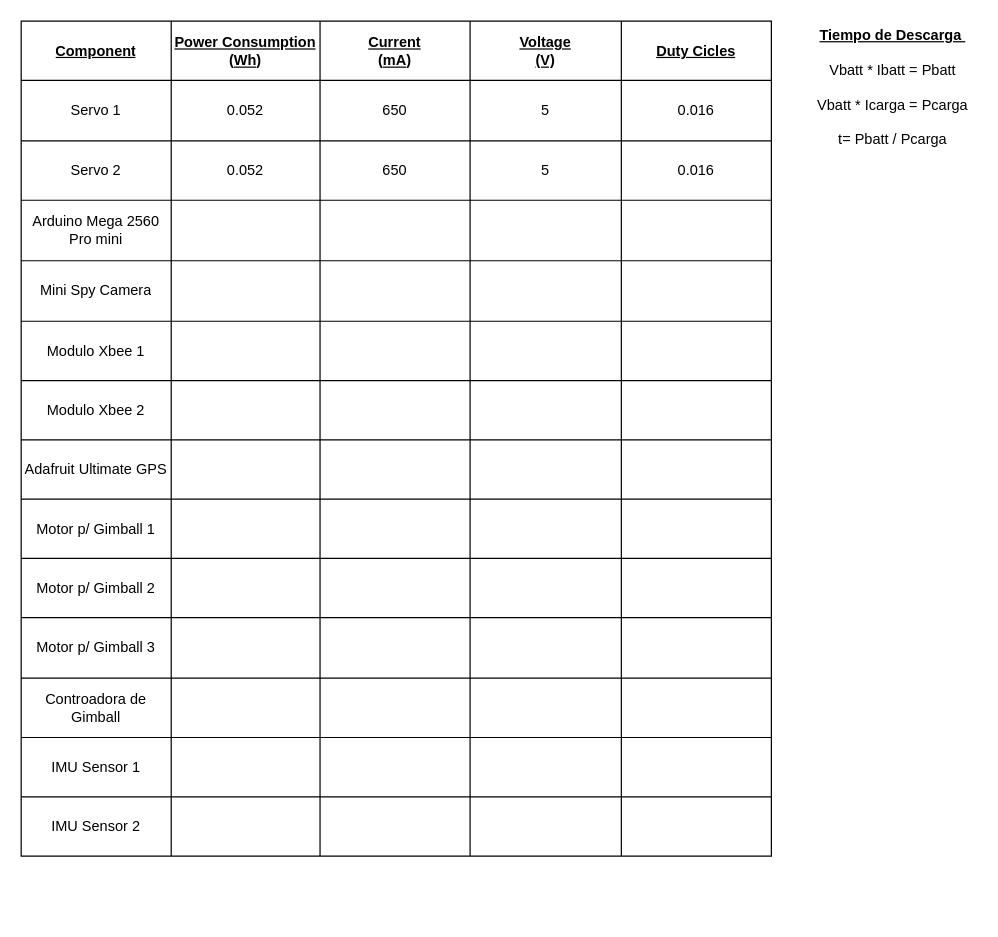
The draw.io diagram Cansat_2022/utilities/powersubsystem.drawio in enzzo19/Project_Cansat, before the edit. Source tidied: cells renumbered, new cells numbered last; positions are measured from the earlier drawing's top-left corner, leaving out a move shared by most shapes. Both pictures are drawn from the tidied source at 121%, with x=0, y=0 at pixel (21, 21).
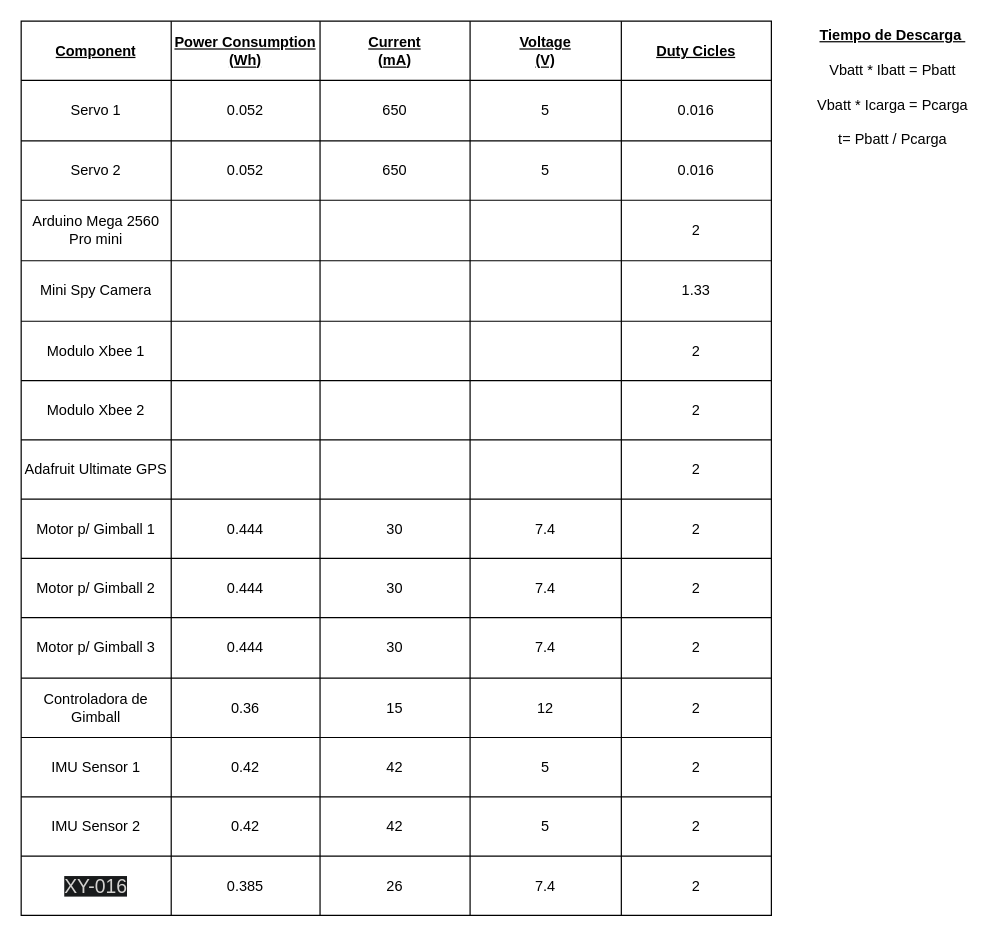
The same diagram, later.

Commit message (it also covers changes not shown here):
modify subsystem control

Unchanged cells that the change refers to:
```xml
<mxCell id="21" style="shape=partialRectangle;html=1;whiteSpace=wrap;fillColor=none;top=0;left=0;bottom=0;right=0;" parent="2" vertex="1">
  <mxGeometry y="148" width="620" height="50" as="geometry" />
</mxCell>
<mxCell id="27" style="shape=partialRectangle;html=1;whiteSpace=wrap;fillColor=none;top=0;left=0;bottom=0;right=0;" parent="2" vertex="1">
  <mxGeometry y="198" width="620" height="50" as="geometry" />
</mxCell>
<mxCell id="33" style="shape=partialRectangle;html=1;whiteSpace=wrap;fillColor=none;top=0;left=0;bottom=0;right=0;" parent="2" vertex="1">
  <mxGeometry y="248" width="620" height="49" as="geometry" />
</mxCell>
<mxCell id="39" style="shape=partialRectangle;html=1;whiteSpace=wrap;fillColor=none;top=0;left=0;bottom=0;right=0;" parent="2" vertex="1">
  <mxGeometry y="297" width="620" height="49" as="geometry" />
</mxCell>
<mxCell id="45" style="shape=partialRectangle;html=1;whiteSpace=wrap;fillColor=none;top=0;left=0;bottom=0;right=0;" parent="2" vertex="1">
  <mxGeometry y="346" width="620" height="49" as="geometry" />
</mxCell>
<mxCell id="51" style="shape=partialRectangle;html=1;whiteSpace=wrap;fillColor=none;top=0;left=0;bottom=0;right=0;" parent="2" vertex="1">
  <mxGeometry y="395" width="620" height="49" as="geometry" />
</mxCell>
<mxCell id="57" style="shape=partialRectangle;html=1;whiteSpace=wrap;fillColor=none;top=0;left=0;bottom=0;right=0;" parent="2" vertex="1">
  <mxGeometry y="444" width="620" height="49" as="geometry" />
</mxCell>
<mxCell id="63" style="shape=partialRectangle;html=1;whiteSpace=wrap;fillColor=none;top=0;left=0;bottom=0;right=0;" parent="2" vertex="1">
  <mxGeometry y="493" width="620" height="50" as="geometry" />
</mxCell>
<mxCell id="69" style="shape=partialRectangle;html=1;whiteSpace=wrap;fillColor=none;top=0;left=0;bottom=0;right=0;" parent="2" vertex="1">
  <mxGeometry y="543" width="620" height="49" as="geometry" />
</mxCell>
<mxCell id="75" style="shape=partialRectangle;html=1;whiteSpace=wrap;fillColor=none;top=0;left=0;bottom=0;right=0;" parent="2" vertex="1">
  <mxGeometry y="592" width="620" height="49" as="geometry" />
</mxCell>
<mxCell id="81" style="shape=partialRectangle;html=1;whiteSpace=wrap;fillColor=none;top=0;left=0;bottom=0;right=0;" parent="2" vertex="1">
  <mxGeometry y="641" width="620" height="49" as="geometry" />
</mxCell>
```

The edit, as a diff of the source:
```diff
@@
     <mxCell id="2" style="shape=table;html=1;whiteSpace=wrap;startSize=0;childLayout=tableLayout;" parent="1" vertex="1">
-      <mxGeometry width="620" height="690" as="geometry" />
+      <mxGeometry width="620" height="739" as="geometry" />
     </mxCell>
@@
-    <mxCell id="26" style="shape=partialRectangle;html=1;whiteSpace=wrap;fillColor=none;top=0;left=0;bottom=0;right=0;overflow=hidden;" parent="21" vertex="1">
+    <mxCell id="26" value="2" style="shape=partialRectangle;html=1;whiteSpace=wrap;fillColor=none;top=0;left=0;bottom=0;right=0;overflow=hidden;" parent="21" vertex="1">
       <mxGeometry x="496" width="124" height="50" as="geometry" />
     </mxCell>
@@
-    <mxCell id="32" style="shape=partialRectangle;html=1;whiteSpace=wrap;fillColor=none;top=0;left=0;bottom=0;right=0;overflow=hidden;" parent="27" vertex="1">
+    <mxCell id="32" value="1.33" style="shape=partialRectangle;html=1;whiteSpace=wrap;fillColor=none;top=0;left=0;bottom=0;right=0;overflow=hidden;" parent="27" vertex="1">
       <mxGeometry x="496" width="124" height="50" as="geometry" />
     </mxCell>
@@
-    <mxCell id="38" style="shape=partialRectangle;html=1;whiteSpace=wrap;fillColor=none;top=0;left=0;bottom=0;right=0;overflow=hidden;" parent="33" vertex="1">
+    <mxCell id="38" value="2" style="shape=partialRectangle;html=1;whiteSpace=wrap;fillColor=none;top=0;left=0;bottom=0;right=0;overflow=hidden;" parent="33" vertex="1">
       <mxGeometry x="496" width="124" height="49" as="geometry" />
     </mxCell>
@@
-    <mxCell id="44" style="shape=partialRectangle;html=1;whiteSpace=wrap;fillColor=none;top=0;left=0;bottom=0;right=0;overflow=hidden;" parent="39" vertex="1">
+    <mxCell id="44" value="2" style="shape=partialRectangle;html=1;whiteSpace=wrap;fillColor=none;top=0;left=0;bottom=0;right=0;overflow=hidden;" parent="39" vertex="1">
       <mxGeometry x="496" width="124" height="49" as="geometry" />
     </mxCell>
@@
-    <mxCell id="50" style="shape=partialRectangle;html=1;whiteSpace=wrap;fillColor=none;top=0;left=0;bottom=0;right=0;overflow=hidden;" parent="45" vertex="1">
+    <mxCell id="50" value="2" style="shape=partialRectangle;html=1;whiteSpace=wrap;fillColor=none;top=0;left=0;bottom=0;right=0;overflow=hidden;" parent="45" vertex="1">
       <mxGeometry x="496" width="124" height="49" as="geometry" />
     </mxCell>
@@
-    <mxCell id="53" style="shape=partialRectangle;html=1;whiteSpace=wrap;fillColor=none;top=0;left=0;bottom=0;right=0;overflow=hidden;" parent="51" vertex="1">
+    <mxCell id="53" value="0.444" style="shape=partialRectangle;html=1;whiteSpace=wrap;fillColor=none;top=0;left=0;bottom=0;right=0;overflow=hidden;" parent="51" vertex="1">
       <mxGeometry x="124" width="123" height="49" as="geometry" />
     </mxCell>
-    <mxCell id="54" style="shape=partialRectangle;html=1;whiteSpace=wrap;fillColor=none;top=0;left=0;bottom=0;right=0;overflow=hidden;" parent="51" vertex="1">
+    <mxCell id="54" value="30" style="shape=partialRectangle;html=1;whiteSpace=wrap;fillColor=none;top=0;left=0;bottom=0;right=0;overflow=hidden;" parent="51" vertex="1">
       <mxGeometry x="247" width="124" height="49" as="geometry" />
     </mxCell>
-    <mxCell id="55" style="shape=partialRectangle;html=1;whiteSpace=wrap;fillColor=none;top=0;left=0;bottom=0;right=0;overflow=hidden;" parent="51" vertex="1">
+    <mxCell id="55" value="7.4" style="shape=partialRectangle;html=1;whiteSpace=wrap;fillColor=none;top=0;left=0;bottom=0;right=0;overflow=hidden;" parent="51" vertex="1">
       <mxGeometry x="371" width="125" height="49" as="geometry" />
     </mxCell>
-    <mxCell id="56" style="shape=partialRectangle;html=1;whiteSpace=wrap;fillColor=none;top=0;left=0;bottom=0;right=0;overflow=hidden;" parent="51" vertex="1">
+    <mxCell id="56" value="2" style="shape=partialRectangle;html=1;whiteSpace=wrap;fillColor=none;top=0;left=0;bottom=0;right=0;overflow=hidden;" parent="51" vertex="1">
       <mxGeometry x="496" width="124" height="49" as="geometry" />
     </mxCell>
@@
-    <mxCell id="59" style="shape=partialRectangle;html=1;whiteSpace=wrap;fillColor=none;top=0;left=0;bottom=0;right=0;overflow=hidden;" parent="57" vertex="1">
+    <mxCell id="59" value="0.444" style="shape=partialRectangle;html=1;whiteSpace=wrap;fillColor=none;top=0;left=0;bottom=0;right=0;overflow=hidden;" parent="57" vertex="1">
       <mxGeometry x="124" width="123" height="49" as="geometry" />
     </mxCell>
-    <mxCell id="60" style="shape=partialRectangle;html=1;whiteSpace=wrap;fillColor=none;top=0;left=0;bottom=0;right=0;overflow=hidden;" parent="57" vertex="1">
+    <mxCell id="60" value="30" style="shape=partialRectangle;html=1;whiteSpace=wrap;fillColor=none;top=0;left=0;bottom=0;right=0;overflow=hidden;" parent="57" vertex="1">
       <mxGeometry x="247" width="124" height="49" as="geometry" />
     </mxCell>
-    <mxCell id="61" style="shape=partialRectangle;html=1;whiteSpace=wrap;fillColor=none;top=0;left=0;bottom=0;right=0;overflow=hidden;" parent="57" vertex="1">
+    <mxCell id="61" value="7.4" style="shape=partialRectangle;html=1;whiteSpace=wrap;fillColor=none;top=0;left=0;bottom=0;right=0;overflow=hidden;" parent="57" vertex="1">
       <mxGeometry x="371" width="125" height="49" as="geometry" />
     </mxCell>
-    <mxCell id="62" style="shape=partialRectangle;html=1;whiteSpace=wrap;fillColor=none;top=0;left=0;bottom=0;right=0;overflow=hidden;" parent="57" vertex="1">
+    <mxCell id="62" value="2" style="shape=partialRectangle;html=1;whiteSpace=wrap;fillColor=none;top=0;left=0;bottom=0;right=0;overflow=hidden;" parent="57" vertex="1">
       <mxGeometry x="496" width="124" height="49" as="geometry" />
     </mxCell>
@@
-    <mxCell id="65" style="shape=partialRectangle;html=1;whiteSpace=wrap;fillColor=none;top=0;left=0;bottom=0;right=0;overflow=hidden;" parent="63" vertex="1">
+    <mxCell id="65" value="0.444" style="shape=partialRectangle;html=1;whiteSpace=wrap;fillColor=none;top=0;left=0;bottom=0;right=0;overflow=hidden;" parent="63" vertex="1">
       <mxGeometry x="124" width="123" height="50" as="geometry" />
     </mxCell>
-    <mxCell id="66" style="shape=partialRectangle;html=1;whiteSpace=wrap;fillColor=none;top=0;left=0;bottom=0;right=0;overflow=hidden;" parent="63" vertex="1">
+    <mxCell id="66" value="30" style="shape=partialRectangle;html=1;whiteSpace=wrap;fillColor=none;top=0;left=0;bottom=0;right=0;overflow=hidden;" parent="63" vertex="1">
       <mxGeometry x="247" width="124" height="50" as="geometry" />
     </mxCell>
-    <mxCell id="67" style="shape=partialRectangle;html=1;whiteSpace=wrap;fillColor=none;top=0;left=0;bottom=0;right=0;overflow=hidden;" parent="63" vertex="1">
+    <mxCell id="67" value="7.4" style="shape=partialRectangle;html=1;whiteSpace=wrap;fillColor=none;top=0;left=0;bottom=0;right=0;overflow=hidden;" parent="63" vertex="1">
       <mxGeometry x="371" width="125" height="50" as="geometry" />
     </mxCell>
-    <mxCell id="68" style="shape=partialRectangle;html=1;whiteSpace=wrap;fillColor=none;top=0;left=0;bottom=0;right=0;overflow=hidden;" parent="63" vertex="1">
+    <mxCell id="68" value="2" style="shape=partialRectangle;html=1;whiteSpace=wrap;fillColor=none;top=0;left=0;bottom=0;right=0;overflow=hidden;" parent="63" vertex="1">
       <mxGeometry x="496" width="124" height="50" as="geometry" />
     </mxCell>
@@
-    <mxCell id="70" value="Controadora de Gimball" style="shape=partialRectangle;html=1;whiteSpace=wrap;fillColor=none;top=0;left=0;bottom=0;right=0;overflow=hidden;" parent="69" vertex="1">
+    <mxCell id="70" value="Controladora de Gimball" style="shape=partialRectangle;html=1;whiteSpace=wrap;fillColor=none;top=0;left=0;bottom=0;right=0;overflow=hidden;" parent="69" vertex="1">
       <mxGeometry width="124" height="49" as="geometry" />
     </mxCell>
-    <mxCell id="71" style="shape=partialRectangle;html=1;whiteSpace=wrap;fillColor=none;top=0;left=0;bottom=0;right=0;overflow=hidden;" parent="69" vertex="1">
+    <mxCell id="71" value="0.36" style="shape=partialRectangle;html=1;whiteSpace=wrap;fillColor=none;top=0;left=0;bottom=0;right=0;overflow=hidden;" parent="69" vertex="1">
       <mxGeometry x="124" width="123" height="49" as="geometry" />
     </mxCell>
-    <mxCell id="72" style="shape=partialRectangle;html=1;whiteSpace=wrap;fillColor=none;top=0;left=0;bottom=0;right=0;overflow=hidden;" parent="69" vertex="1">
+    <mxCell id="72" value="15" style="shape=partialRectangle;html=1;whiteSpace=wrap;fillColor=none;top=0;left=0;bottom=0;right=0;overflow=hidden;" parent="69" vertex="1">
       <mxGeometry x="247" width="124" height="49" as="geometry" />
     </mxCell>
-    <mxCell id="73" style="shape=partialRectangle;html=1;whiteSpace=wrap;fillColor=none;top=0;left=0;bottom=0;right=0;overflow=hidden;" parent="69" vertex="1">
+    <mxCell id="73" value="12" style="shape=partialRectangle;html=1;whiteSpace=wrap;fillColor=none;top=0;left=0;bottom=0;right=0;overflow=hidden;" parent="69" vertex="1">
       <mxGeometry x="371" width="125" height="49" as="geometry" />
     </mxCell>
-    <mxCell id="74" style="shape=partialRectangle;html=1;whiteSpace=wrap;fillColor=none;top=0;left=0;bottom=0;right=0;overflow=hidden;" parent="69" vertex="1">
+    <mxCell id="74" value="2" style="shape=partialRectangle;html=1;whiteSpace=wrap;fillColor=none;top=0;left=0;bottom=0;right=0;overflow=hidden;" parent="69" vertex="1">
       <mxGeometry x="496" width="124" height="49" as="geometry" />
     </mxCell>
@@
-    <mxCell id="77" style="shape=partialRectangle;html=1;whiteSpace=wrap;fillColor=none;top=0;left=0;bottom=0;right=0;overflow=hidden;" parent="75" vertex="1">
+    <mxCell id="77" value="0.42" style="shape=partialRectangle;html=1;whiteSpace=wrap;fillColor=none;top=0;left=0;bottom=0;right=0;overflow=hidden;" parent="75" vertex="1">
       <mxGeometry x="124" width="123" height="49" as="geometry" />
     </mxCell>
-    <mxCell id="78" style="shape=partialRectangle;html=1;whiteSpace=wrap;fillColor=none;top=0;left=0;bottom=0;right=0;overflow=hidden;" parent="75" vertex="1">
+    <mxCell id="78" value="42" style="shape=partialRectangle;html=1;whiteSpace=wrap;fillColor=none;top=0;left=0;bottom=0;right=0;overflow=hidden;" parent="75" vertex="1">
       <mxGeometry x="247" width="124" height="49" as="geometry" />
     </mxCell>
-    <mxCell id="79" style="shape=partialRectangle;html=1;whiteSpace=wrap;fillColor=none;top=0;left=0;bottom=0;right=0;overflow=hidden;" parent="75" vertex="1">
+    <mxCell id="79" value="5" style="shape=partialRectangle;html=1;whiteSpace=wrap;fillColor=none;top=0;left=0;bottom=0;right=0;overflow=hidden;" parent="75" vertex="1">
       <mxGeometry x="371" width="125" height="49" as="geometry" />
     </mxCell>
-    <mxCell id="80" style="shape=partialRectangle;html=1;whiteSpace=wrap;fillColor=none;top=0;left=0;bottom=0;right=0;overflow=hidden;" parent="75" vertex="1">
+    <mxCell id="80" value="2" style="shape=partialRectangle;html=1;whiteSpace=wrap;fillColor=none;top=0;left=0;bottom=0;right=0;overflow=hidden;" parent="75" vertex="1">
       <mxGeometry x="496" width="124" height="49" as="geometry" />
     </mxCell>
@@
-    <mxCell id="83" style="shape=partialRectangle;html=1;whiteSpace=wrap;fillColor=none;top=0;left=0;bottom=0;right=0;overflow=hidden;" parent="81" vertex="1">
+    <mxCell id="83" value="0.42" style="shape=partialRectangle;html=1;whiteSpace=wrap;fillColor=none;top=0;left=0;bottom=0;right=0;overflow=hidden;" parent="81" vertex="1">
       <mxGeometry x="124" width="123" height="49" as="geometry" />
     </mxCell>
-    <mxCell id="84" style="shape=partialRectangle;html=1;whiteSpace=wrap;fillColor=none;top=0;left=0;bottom=0;right=0;overflow=hidden;" parent="81" vertex="1">
+    <mxCell id="84" value="42" style="shape=partialRectangle;html=1;whiteSpace=wrap;fillColor=none;top=0;left=0;bottom=0;right=0;overflow=hidden;" parent="81" vertex="1">
       <mxGeometry x="247" width="124" height="49" as="geometry" />
     </mxCell>
-    <mxCell id="85" style="shape=partialRectangle;html=1;whiteSpace=wrap;fillColor=none;top=0;left=0;bottom=0;right=0;overflow=hidden;" parent="81" vertex="1">
+    <mxCell id="85" value="5" style="shape=partialRectangle;html=1;whiteSpace=wrap;fillColor=none;top=0;left=0;bottom=0;right=0;overflow=hidden;" parent="81" vertex="1">
       <mxGeometry x="371" width="125" height="49" as="geometry" />
     </mxCell>
-    <mxCell id="86" style="shape=partialRectangle;html=1;whiteSpace=wrap;fillColor=none;top=0;left=0;bottom=0;right=0;overflow=hidden;" parent="81" vertex="1">
+    <mxCell id="86" value="2" style="shape=partialRectangle;html=1;whiteSpace=wrap;fillColor=none;top=0;left=0;bottom=0;right=0;overflow=hidden;" parent="81" vertex="1">
       <mxGeometry x="496" width="124" height="49" as="geometry" />
     </mxCell>
+    <mxCell id="88" style="shape=partialRectangle;html=1;whiteSpace=wrap;fillColor=none;top=0;left=0;bottom=0;right=0;" parent="2" vertex="1">
+      <mxGeometry y="690" width="620" height="49" as="geometry" />
+    </mxCell>
+    <mxCell id="89" value="&lt;span style=&quot;color: rgba(232 , 230 , 227 , 0.9) ; font-family: &amp;#34;proxima nova&amp;#34; , , &amp;#34;helvetica neue&amp;#34; , &amp;#34;helvetica&amp;#34; , &amp;#34;roboto&amp;#34; , &amp;#34;arial&amp;#34; , sans-serif ; font-size: 16px ; text-align: left ; background-color: rgb(24 , 26 , 27)&quot;&gt;XY-016&lt;/span&gt;" style="shape=partialRectangle;html=1;whiteSpace=wrap;fillColor=none;top=0;left=0;bottom=0;right=0;overflow=hidden;" parent="88" vertex="1">
+      <mxGeometry width="124" height="49" as="geometry" />
+    </mxCell>
+    <mxCell id="90" value="0.385" style="shape=partialRectangle;html=1;whiteSpace=wrap;fillColor=none;top=0;left=0;bottom=0;right=0;overflow=hidden;" parent="88" vertex="1">
+      <mxGeometry x="124" width="123" height="49" as="geometry" />
+    </mxCell>
+    <mxCell id="91" value="26" style="shape=partialRectangle;html=1;whiteSpace=wrap;fillColor=none;top=0;left=0;bottom=0;right=0;overflow=hidden;" parent="88" vertex="1">
+      <mxGeometry x="247" width="124" height="49" as="geometry" />
+    </mxCell>
+    <mxCell id="92" value="7.4" style="shape=partialRectangle;html=1;whiteSpace=wrap;fillColor=none;top=0;left=0;bottom=0;right=0;overflow=hidden;" parent="88" vertex="1">
+      <mxGeometry x="371" width="125" height="49" as="geometry" />
+    </mxCell>
+    <mxCell id="93" value="2" style="shape=partialRectangle;html=1;whiteSpace=wrap;fillColor=none;top=0;left=0;bottom=0;right=0;overflow=hidden;" parent="88" vertex="1">
+      <mxGeometry x="496" width="124" height="49" as="geometry" />
+    </mxCell>
```
